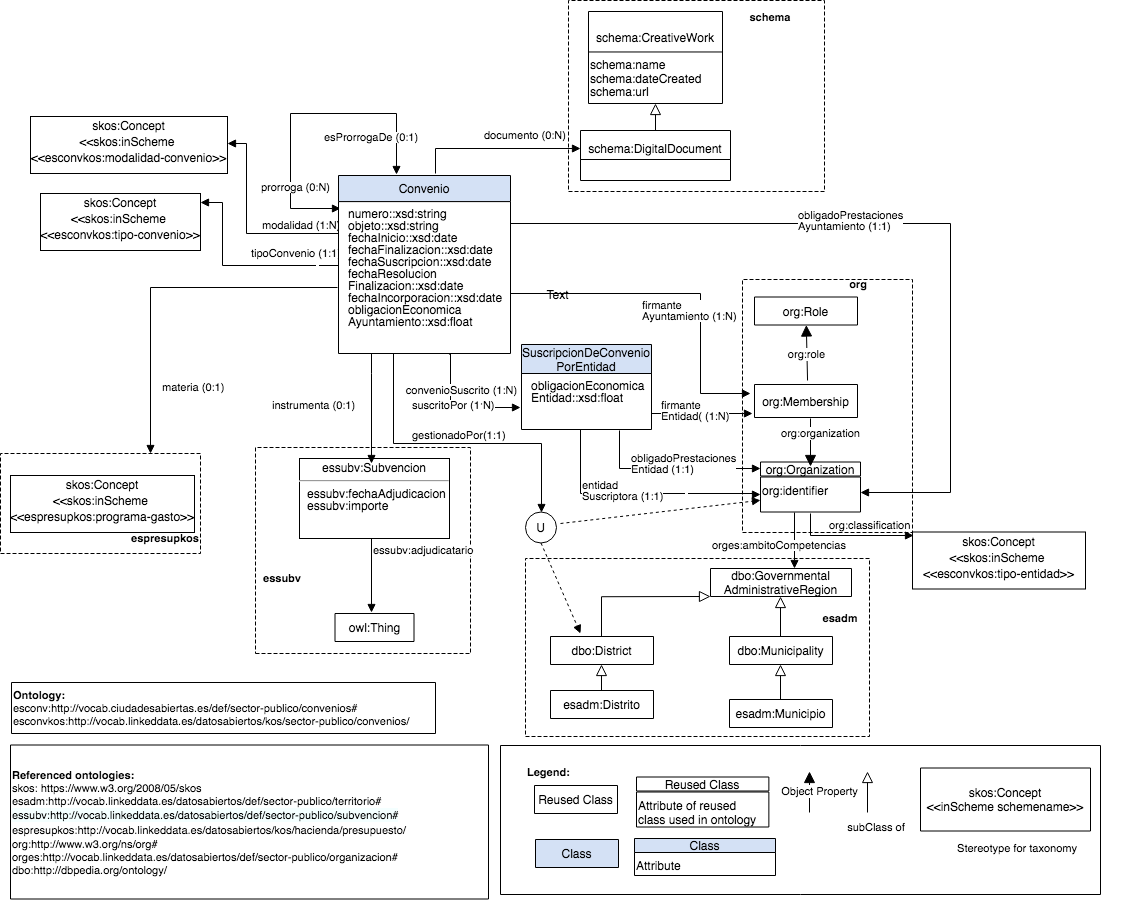
Before: OnToology/ontology/convenio.owl/documentation/resources/images/modeloConceptual.png, a diagram exported from draw.io (opencitydata/sector-publico-convenio-old). Source tidied: cells renumbered, new cells last; positions are measured from the earlier drawing's top-left corner, leaving out a move shared by most shapes.
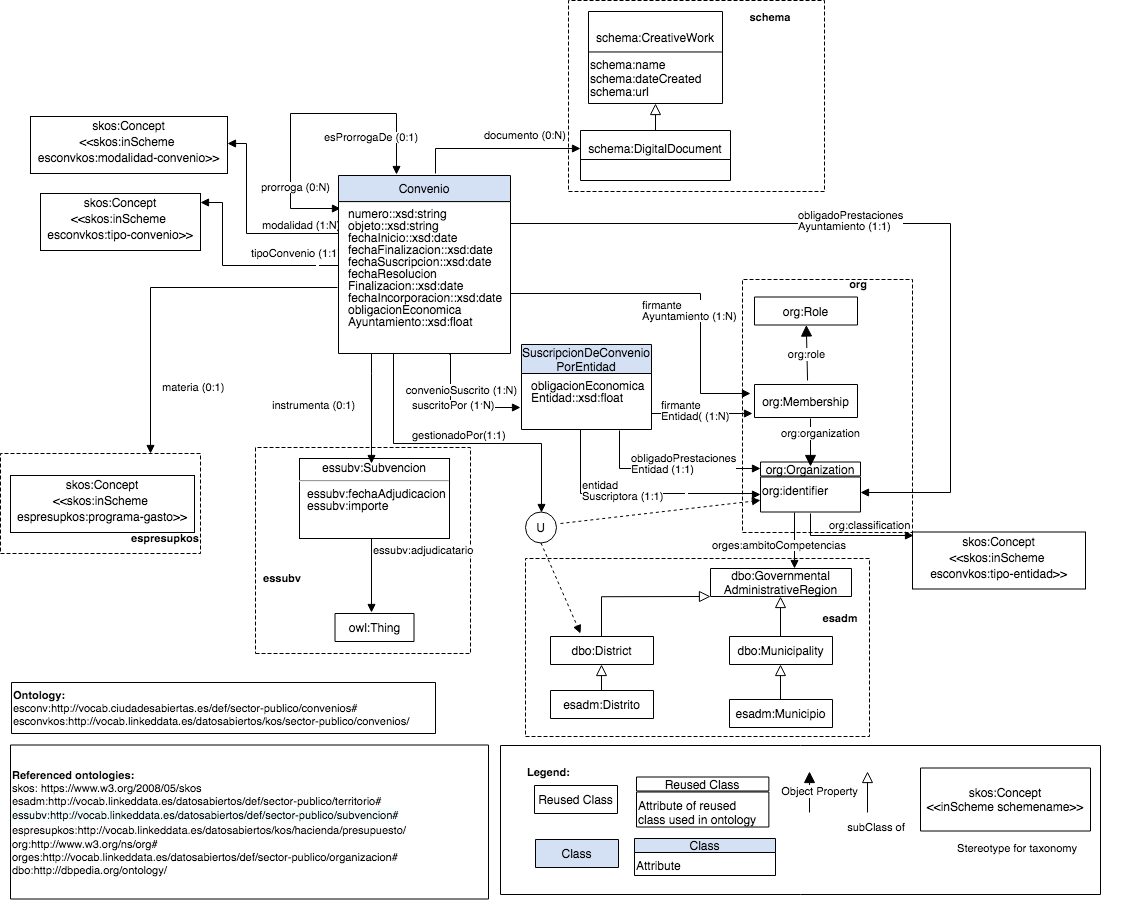
After the commit.

What changed in the source:
```diff
@@ -323,16 +323,16 @@
         <mxPoint x="-10" y="-14" as="offset" />
       </mxGeometry>
     </mxCell>
-    <mxCell id="73" value="&lt;p style=&quot;margin: 0px ; margin-top: 4px ; text-align: center&quot;&gt;&lt;span&gt;skos:Concept&lt;/span&gt;&lt;br&gt;&lt;/p&gt;&lt;p style=&quot;margin: 0px ; margin-top: 4px ; text-align: center&quot;&gt;&amp;lt;&amp;lt;skos:inScheme&amp;nbsp;&lt;/p&gt;&lt;p style=&quot;margin: 0px ; margin-top: 4px ; text-align: center&quot;&gt;&amp;lt;&amp;lt;esconvkos:modalidad-convenio&amp;gt;&amp;gt;&lt;span&gt;&lt;br&gt;&lt;/span&gt;&lt;/p&gt;" style="verticalAlign=top;align=left;overflow=fill;fontSize=12;fontFamily=Helvetica;html=1;" parent="1" vertex="1">
+    <mxCell id="73" value="&lt;p style=&quot;margin: 0px ; margin-top: 4px ; text-align: center&quot;&gt;&lt;span&gt;skos:Concept&lt;/span&gt;&lt;br&gt;&lt;/p&gt;&lt;p style=&quot;margin: 0px ; margin-top: 4px ; text-align: center&quot;&gt;&amp;lt;&amp;lt;skos:inScheme&amp;nbsp;&lt;/p&gt;&lt;p style=&quot;margin: 0px ; margin-top: 4px ; text-align: center&quot;&gt;esconvkos:modalidad-convenio&amp;gt;&amp;gt;&lt;span&gt;&lt;br&gt;&lt;/span&gt;&lt;/p&gt;" style="verticalAlign=top;align=left;overflow=fill;fontSize=12;fontFamily=Helvetica;html=1;" parent="1" vertex="1">
       <mxGeometry x="30" y="116" width="197" height="57" as="geometry" />
     </mxCell>
-    <mxCell id="74" value="&lt;p style=&quot;margin: 0px ; margin-top: 4px ; text-align: center&quot;&gt;&lt;span&gt;skos:Concept&lt;/span&gt;&lt;br&gt;&lt;/p&gt;&lt;p style=&quot;margin: 0px ; margin-top: 4px ; text-align: center&quot;&gt;&amp;lt;&amp;lt;skos:inScheme&amp;nbsp;&lt;/p&gt;&lt;p style=&quot;margin: 0px ; margin-top: 4px ; text-align: center&quot;&gt;&amp;lt;&amp;lt;esconvkos:tipo-convenio&amp;gt;&amp;gt;&lt;span&gt;&lt;br&gt;&lt;/span&gt;&lt;/p&gt;" style="verticalAlign=top;align=left;overflow=fill;fontSize=12;fontFamily=Helvetica;html=1;" parent="1" vertex="1">
+    <mxCell id="74" value="&lt;p style=&quot;margin: 0px ; margin-top: 4px ; text-align: center&quot;&gt;&lt;span&gt;skos:Concept&lt;/span&gt;&lt;br&gt;&lt;/p&gt;&lt;p style=&quot;margin: 0px ; margin-top: 4px ; text-align: center&quot;&gt;&amp;lt;&amp;lt;skos:inScheme&amp;nbsp;&lt;/p&gt;&lt;p style=&quot;margin: 0px ; margin-top: 4px ; text-align: center&quot;&gt;esconvkos:tipo-convenio&amp;gt;&amp;gt;&lt;span&gt;&lt;br&gt;&lt;/span&gt;&lt;/p&gt;" style="verticalAlign=top;align=left;overflow=fill;fontSize=12;fontFamily=Helvetica;html=1;" parent="1" vertex="1">
       <mxGeometry x="40" y="193" width="160" height="57" as="geometry" />
     </mxCell>
-    <mxCell id="75" value="&lt;p style=&quot;margin: 0px ; margin-top: 4px ; text-align: center&quot;&gt;&lt;span&gt;skos:Concept&lt;/span&gt;&lt;br&gt;&lt;/p&gt;&lt;p style=&quot;margin: 0px ; margin-top: 4px ; text-align: center&quot;&gt;&amp;lt;&amp;lt;skos:inScheme&amp;nbsp;&lt;/p&gt;&lt;p style=&quot;margin: 0px ; margin-top: 4px ; text-align: center&quot;&gt;&amp;lt;&amp;lt;esconvkos:tipo-entidad&amp;gt;&amp;gt;&lt;span&gt;&lt;br&gt;&lt;/span&gt;&lt;/p&gt;" style="verticalAlign=top;align=left;overflow=fill;fontSize=12;fontFamily=Helvetica;html=1;" parent="1" vertex="1">
+    <mxCell id="75" value="&lt;p style=&quot;margin: 0px ; margin-top: 4px ; text-align: center&quot;&gt;&lt;span&gt;skos:Concept&lt;/span&gt;&lt;br&gt;&lt;/p&gt;&lt;p style=&quot;margin: 0px ; margin-top: 4px ; text-align: center&quot;&gt;&amp;lt;&amp;lt;skos:inScheme&amp;nbsp;&lt;/p&gt;&lt;p style=&quot;margin: 0px ; margin-top: 4px ; text-align: center&quot;&gt;esconvkos:tipo-entidad&amp;gt;&amp;gt;&lt;span&gt;&lt;br&gt;&lt;/span&gt;&lt;/p&gt;" style="verticalAlign=top;align=left;overflow=fill;fontSize=12;fontFamily=Helvetica;html=1;" parent="1" vertex="1">
       <mxGeometry x="912" y="531.5" width="173" height="57" as="geometry" />
     </mxCell>
-    <mxCell id="76" value="&lt;p style=&quot;margin: 0px ; margin-top: 4px ; text-align: center&quot;&gt;&lt;span&gt;skos:Concept&lt;/span&gt;&lt;br&gt;&lt;/p&gt;&lt;p style=&quot;margin: 0px ; margin-top: 4px ; text-align: center&quot;&gt;&amp;lt;&amp;lt;skos:inScheme&amp;nbsp;&lt;/p&gt;&lt;p style=&quot;margin: 0px ; margin-top: 4px ; text-align: center&quot;&gt;&amp;lt;&amp;lt;espresupkos:programa-gasto&amp;gt;&amp;gt;&lt;span&gt;&lt;br&gt;&lt;/span&gt;&lt;/p&gt;" style="verticalAlign=top;align=left;overflow=fill;fontSize=12;fontFamily=Helvetica;html=1;" parent="1" vertex="1">
+    <mxCell id="76" value="&lt;p style=&quot;margin: 0px ; margin-top: 4px ; text-align: center&quot;&gt;&lt;span&gt;skos:Concept&lt;/span&gt;&lt;br&gt;&lt;/p&gt;&lt;p style=&quot;margin: 0px ; margin-top: 4px ; text-align: center&quot;&gt;&amp;lt;&amp;lt;skos:inScheme&amp;nbsp;&lt;/p&gt;&lt;p style=&quot;margin: 0px ; margin-top: 4px ; text-align: center&quot;&gt;espresupkos:programa-gasto&amp;gt;&amp;gt;&lt;span&gt;&lt;br&gt;&lt;/span&gt;&lt;/p&gt;" style="verticalAlign=top;align=left;overflow=fill;fontSize=12;fontFamily=Helvetica;html=1;" parent="1" vertex="1">
       <mxGeometry x="10" y="475" width="184" height="57" as="geometry" />
     </mxCell>
     <mxCell id="77" style="vsdxID=327;fillColor=none;gradientColor=none;shape=(stored shape, 160 characters);labelBackgroundColor=none;rounded=0;html=1;whiteSpace=wrap;" parent="1" vertex="1">
@@ -441,9 +441,6 @@
     <mxCell id="102" value="&lt;p style=&quot;margin-left: 0 ; margin-right: 0 ; margin-top: 0px ; margin-bottom: 0px ; text-indent: 0 ; direction: ltr&quot;&gt;&lt;font style=&quot;font-size: 12px ; color: rgb(0 , 0 , 0) ; direction: ltr ; letter-spacing: 0px ; line-height: 120% ; opacity: 1&quot;&gt;org:identifier&lt;br&gt;&lt;/font&gt;&lt;/p&gt;" style="verticalAlign=top;align=left;vsdxID=311;fillColor=#FFFFFF;gradientColor=none;shape=(stored shape, 160 characters);labelBackgroundColor=none;rounded=0;html=1;whiteSpace=wrap;" parent="1" vertex="1">
       <mxGeometry x="760" y="476.5" width="100" height="35" as="geometry" />
     </mxCell>
-    <mxCell id="103" value="Text" style="text;html=1;align=center;verticalAlign=middle;" parent="1" vertex="1">
-      <mxGeometry x="537" y="284" width="40" height="20" as="geometry" />
-    </mxCell>
     <mxCell id="104" value="U" style="ellipse;whiteSpace=wrap;html=1;" parent="1" vertex="1">
       <mxGeometry x="525" y="511.5" width="31" height="31" as="geometry" />
     </mxCell>
```
